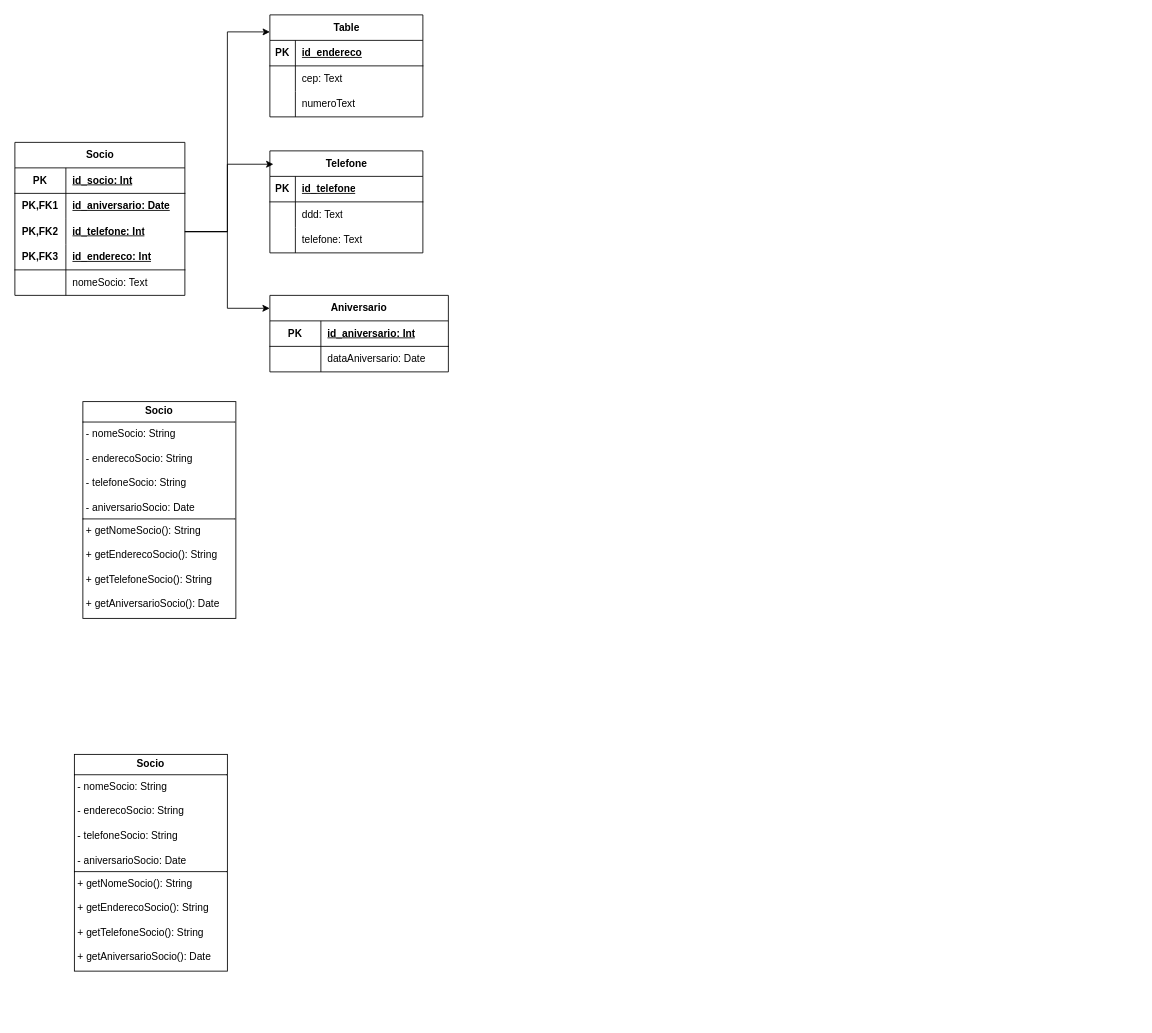
The draw.io diagram mapeamento_OR.drawio in GabrielSilvaRodrigues/Mapeamento_OR, before the edit. Source tidied: cells renumbered, new cells numbered last; positions are measured from the earlier drawing's top-left corner, leaving out a move shared by most shapes. Both pictures are drawn from the tidied source at 85%, with x=0, y=0 at pixel (14, 14).
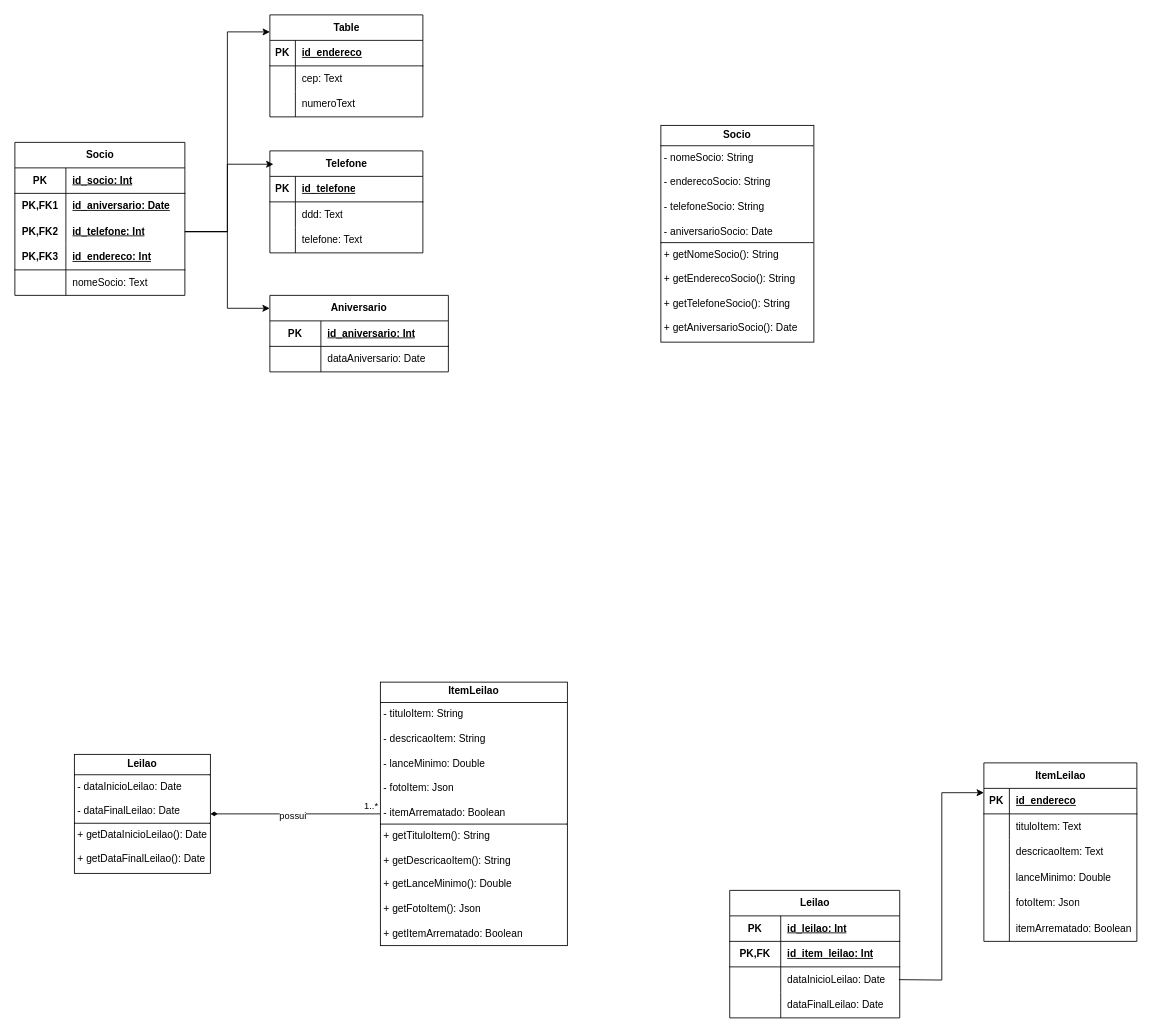
Above is the later version.

What changed in the source:
```diff
@@
     <mxCell id="18" value="&lt;p style=&quot;margin:0px;margin-top:4px;text-align:center;&quot;&gt;&lt;b&gt;Socio&lt;/b&gt;&lt;/p&gt;&lt;hr size=&quot;1&quot; style=&quot;border-style:solid;&quot;&gt;&lt;p style=&quot;margin:0px;margin-left:4px;&quot;&gt;- nomeSocio: String&lt;/p&gt;&lt;p style=&quot;margin:0px;margin-left:4px;&quot;&gt;&lt;br&gt;&lt;/p&gt;&lt;p style=&quot;margin:0px;margin-left:4px;&quot;&gt;- enderecoSocio: String&lt;/p&gt;&lt;p style=&quot;margin:0px;margin-left:4px;&quot;&gt;&lt;br&gt;&lt;/p&gt;&lt;p style=&quot;margin:0px;margin-left:4px;&quot;&gt;- telefoneSocio: String&lt;/p&gt;&lt;p style=&quot;margin:0px;margin-left:4px;&quot;&gt;&lt;br&gt;&lt;/p&gt;&lt;p style=&quot;margin:0px;margin-left:4px;&quot;&gt;- aniversarioSocio: Date&lt;/p&gt;&lt;hr size=&quot;1&quot; style=&quot;border-style:solid;&quot;&gt;&lt;p style=&quot;margin: 0px 0px 0px 4px;&quot;&gt;+ getNomeSocio(): String&lt;/p&gt;&lt;p style=&quot;margin: 0px 0px 0px 4px;&quot;&gt;&lt;br&gt;&lt;/p&gt;&lt;p style=&quot;margin: 0px 0px 0px 4px;&quot;&gt;+ getEnderecoSocio(): String&lt;/p&gt;&lt;p style=&quot;margin: 0px 0px 0px 4px;&quot;&gt;&lt;br&gt;&lt;/p&gt;&lt;p style=&quot;margin: 0px 0px 0px 4px;&quot;&gt;+ getTelefoneSocio(): String&lt;/p&gt;&lt;p style=&quot;margin: 0px 0px 0px 4px;&quot;&gt;&lt;br&gt;&lt;/p&gt;&lt;p style=&quot;margin: 0px 0px 0px 4px;&quot;&gt;+ getAniversarioSocio(): Date&lt;/p&gt;" style="verticalAlign=top;align=left;overflow=fill;html=1;whiteSpace=wrap;" parent="1" vertex="1">
-      <mxGeometry x="80" y="455" width="180" height="255" as="geometry" />
+      <mxGeometry x="760" y="130" width="180" height="255" as="geometry" />
     </mxCell>
@@
-    <mxCell id="49" value="&lt;p style=&quot;margin:0px;margin-top:4px;text-align:center;&quot;&gt;&lt;b&gt;Socio&lt;/b&gt;&lt;/p&gt;&lt;hr size=&quot;1&quot; style=&quot;border-style:solid;&quot;&gt;&lt;p style=&quot;margin:0px;margin-left:4px;&quot;&gt;- nomeSocio: String&lt;/p&gt;&lt;p style=&quot;margin:0px;margin-left:4px;&quot;&gt;&lt;br&gt;&lt;/p&gt;&lt;p style=&quot;margin:0px;margin-left:4px;&quot;&gt;- enderecoSocio: String&lt;/p&gt;&lt;p style=&quot;margin:0px;margin-left:4px;&quot;&gt;&lt;br&gt;&lt;/p&gt;&lt;p style=&quot;margin:0px;margin-left:4px;&quot;&gt;- telefoneSocio: String&lt;/p&gt;&lt;p style=&quot;margin:0px;margin-left:4px;&quot;&gt;&lt;br&gt;&lt;/p&gt;&lt;p style=&quot;margin:0px;margin-left:4px;&quot;&gt;- aniversarioSocio: Date&lt;/p&gt;&lt;hr size=&quot;1&quot; style=&quot;border-style:solid;&quot;&gt;&lt;p style=&quot;margin: 0px 0px 0px 4px;&quot;&gt;+ getNomeSocio(): String&lt;/p&gt;&lt;p style=&quot;margin: 0px 0px 0px 4px;&quot;&gt;&lt;br&gt;&lt;/p&gt;&lt;p style=&quot;margin: 0px 0px 0px 4px;&quot;&gt;+ getEnderecoSocio(): String&lt;/p&gt;&lt;p style=&quot;margin: 0px 0px 0px 4px;&quot;&gt;&lt;br&gt;&lt;/p&gt;&lt;p style=&quot;margin: 0px 0px 0px 4px;&quot;&gt;+ getTelefoneSocio(): String&lt;/p&gt;&lt;p style=&quot;margin: 0px 0px 0px 4px;&quot;&gt;&lt;br&gt;&lt;/p&gt;&lt;p style=&quot;margin: 0px 0px 0px 4px;&quot;&gt;+ getAniversarioSocio(): Date&lt;/p&gt;" style="verticalAlign=top;align=left;overflow=fill;html=1;whiteSpace=wrap;" parent="1" vertex="1">
-      <mxGeometry x="70" y="870" width="180" height="255" as="geometry" />
+    <mxCell id="49" value="&lt;p style=&quot;margin:0px;margin-top:4px;text-align:center;&quot;&gt;&lt;b&gt;Leilao&lt;/b&gt;&lt;/p&gt;&lt;hr size=&quot;1&quot; style=&quot;border-style:solid;&quot;&gt;&lt;p style=&quot;margin:0px;margin-left:4px;&quot;&gt;- dataInicioLeilao: Date&lt;/p&gt;&lt;p style=&quot;margin:0px;margin-left:4px;&quot;&gt;&lt;br&gt;&lt;/p&gt;&lt;p style=&quot;margin:0px;margin-left:4px;&quot;&gt;- dataFinalLeilao: Date&lt;/p&gt;&lt;hr size=&quot;1&quot; style=&quot;border-style:solid;&quot;&gt;&lt;p style=&quot;margin: 0px 0px 0px 4px;&quot;&gt;+ getDataInicioLeilao(): Date&lt;/p&gt;&lt;p style=&quot;margin: 0px 0px 0px 4px;&quot;&gt;&lt;br&gt;&lt;/p&gt;&lt;p style=&quot;margin: 0px 0px 0px 4px;&quot;&gt;+ getDataFinalLeilao(): Date&lt;/p&gt;&lt;div&gt;&lt;br&gt;&lt;/div&gt;" style="verticalAlign=top;align=left;overflow=fill;html=1;whiteSpace=wrap;" parent="1" vertex="1">
+      <mxGeometry x="70" y="870" width="160" height="140" as="geometry" />
     </mxCell>
+    <mxCell id="50" style="edgeStyle=orthogonalEdgeStyle;rounded=0;jettySize=auto;html=1;entryX=1;entryY=0.5;entryDx=0;entryDy=0;endArrow=diamondThin;endFill=1;" parent="1" edge="1" source="53" target="49">
+      <mxGeometry relative="1" as="geometry" />
+    </mxCell>
+    <mxCell id="51" value="possui" style="edgeLabel;html=1;align=center;verticalAlign=middle;" parent="50" vertex="1">
+      <mxGeometry x="0.04" y="1" relative="1" as="geometry" />
+    </mxCell>
+    <mxCell id="52" value="1..*" style="edgeLabel;html=1;align=center;verticalAlign=middle;" parent="50" vertex="1">
+      <mxGeometry x="-0.91" relative="1" as="geometry">
+        <mxPoint x="-3" y="-10" as="offset" />
+      </mxGeometry>
+    </mxCell>
+    <mxCell id="53" value="&lt;p style=&quot;margin:0px;margin-top:4px;text-align:center;&quot;&gt;&lt;b&gt;ItemLeilao&lt;/b&gt;&lt;/p&gt;&lt;hr size=&quot;1&quot; style=&quot;border-style:solid;&quot;&gt;&lt;p style=&quot;margin:0px;margin-left:4px;&quot;&gt;- tituloItem: String&lt;/p&gt;&lt;p style=&quot;margin:0px;margin-left:4px;&quot;&gt;&lt;br&gt;&lt;/p&gt;&lt;p style=&quot;margin:0px;margin-left:4px;&quot;&gt;- descricaoItem: String&lt;/p&gt;&lt;p style=&quot;margin:0px;margin-left:4px;&quot;&gt;&lt;br&gt;&lt;/p&gt;&lt;p style=&quot;margin:0px;margin-left:4px;&quot;&gt;- lanceMinimo: Double&lt;/p&gt;&lt;p style=&quot;margin:0px;margin-left:4px;&quot;&gt;&lt;br&gt;&lt;/p&gt;&lt;p style=&quot;margin:0px;margin-left:4px;&quot;&gt;- fotoItem: Json&lt;/p&gt;&lt;p style=&quot;margin:0px;margin-left:4px;&quot;&gt;&lt;br&gt;&lt;/p&gt;&lt;p style=&quot;margin:0px;margin-left:4px;&quot;&gt;- itemArrematado: Boolean&lt;/p&gt;&lt;hr size=&quot;1&quot; style=&quot;border-style:solid;&quot;&gt;&lt;p style=&quot;margin: 0px 0px 0px 4px;&quot;&gt;+ getTituloItem(): String&lt;/p&gt;&lt;p style=&quot;margin: 0px 0px 0px 4px;&quot;&gt;&lt;br&gt;&lt;/p&gt;&lt;p style=&quot;margin: 0px 0px 0px 4px;&quot;&gt;+ getDescricaoItem(): String&lt;/p&gt;&lt;p style=&quot;margin: 0px 0px 0px 4px;&quot;&gt;&lt;br&gt;&lt;/p&gt;&lt;p style=&quot;margin: 0px 0px 0px 4px;&quot;&gt;+ getLanceMinimo(): Double&lt;/p&gt;&lt;p style=&quot;margin: 0px 0px 0px 4px;&quot;&gt;&lt;br&gt;&lt;/p&gt;&lt;p style=&quot;margin: 0px 0px 0px 4px;&quot;&gt;+ getFotoItem(): Json&lt;/p&gt;&lt;p style=&quot;margin: 0px 0px 0px 4px;&quot;&gt;&lt;br&gt;&lt;/p&gt;&lt;p style=&quot;margin: 0px 0px 0px 4px;&quot;&gt;+ getItemArrematado: Boolean&lt;/p&gt;" style="verticalAlign=top;align=left;overflow=fill;html=1;whiteSpace=wrap;" parent="1" vertex="1">
+      <mxGeometry x="430" y="785" width="220" height="310" as="geometry" />
+    </mxCell>
+    <mxCell id="54" value="Leilao" style="shape=table;startSize=30;childLayout=tableLayout;rowLines=0;fontStyle=1;align=center;html=1;" parent="1" vertex="1">
+      <mxGeometry x="841" y="1030" width="200" height="150" as="geometry" />
+    </mxCell>
+    <mxCell id="55" style="shape=tableRow;horizontal=0;startSize=0;swimlaneHead=0;swimlaneBody=0;fillColor=none;top=0;left=0;right=0;bottom=1;" parent="54" vertex="1">
+      <mxGeometry y="30" width="200" height="30" as="geometry" />
+    </mxCell>
+    <mxCell id="56" value="PK" style="shape=partialRectangle;fillColor=none;top=0;left=0;bottom=0;right=0;fontStyle=1;overflow=hidden;whiteSpace=wrap;html=1;" parent="55" vertex="1">
+      <mxGeometry width="60" height="30" as="geometry" />
+    </mxCell>
+    <mxCell id="57" value="id_leilao: Int" style="shape=partialRectangle;fillColor=none;top=0;left=0;bottom=0;right=0;align=left;spacingLeft=6;fontStyle=5;overflow=hidden;whiteSpace=wrap;html=1;" parent="55" vertex="1">
+      <mxGeometry x="60" width="140" height="30" as="geometry" />
+    </mxCell>
+    <mxCell id="58" style="shape=tableRow;horizontal=0;startSize=0;swimlaneHead=0;swimlaneBody=0;fillColor=none;top=0;left=0;right=0;bottom=1;html=1;" parent="54" vertex="1">
+      <mxGeometry y="60" width="200" height="30" as="geometry" />
+    </mxCell>
+    <mxCell id="59" value="PK,FK" style="shape=partialRectangle;fillColor=none;top=0;left=0;bottom=0;right=0;fontStyle=1;overflow=hidden;html=1;whiteSpace=wrap;" parent="58" vertex="1">
+      <mxGeometry width="60" height="30" as="geometry" />
+    </mxCell>
+    <mxCell id="60" value="id_item_leilao&lt;span style=&quot;background-color: transparent; color: light-dark(rgb(0, 0, 0), rgb(255, 255, 255));&quot;&gt;: Int&lt;/span&gt;" style="shape=partialRectangle;fillColor=none;top=0;left=0;bottom=0;right=0;align=left;spacingLeft=6;fontStyle=5;overflow=hidden;html=1;whiteSpace=wrap;" parent="58" vertex="1">
+      <mxGeometry x="60" width="140" height="30" as="geometry" />
+    </mxCell>
+    <mxCell id="61" style="shape=tableRow;horizontal=0;startSize=0;swimlaneHead=0;swimlaneBody=0;fillColor=none;top=0;left=0;right=0;bottom=0;" parent="54" vertex="1">
+      <mxGeometry y="90" width="200" height="30" as="geometry" />
+    </mxCell>
+    <mxCell id="62" style="shape=partialRectangle;fillColor=none;top=0;left=0;bottom=0;right=0;overflow=hidden;whiteSpace=wrap;html=1;" parent="61" vertex="1">
+      <mxGeometry width="60" height="30" as="geometry" />
+    </mxCell>
+    <mxCell id="63" value="dataInicioLeilao: Date" style="shape=partialRectangle;fillColor=none;top=0;left=0;bottom=0;right=0;align=left;spacingLeft=6;overflow=hidden;whiteSpace=wrap;html=1;" parent="61" vertex="1">
+      <mxGeometry x="60" width="140" height="30" as="geometry" />
+    </mxCell>
+    <mxCell id="64" style="shape=tableRow;horizontal=0;startSize=0;swimlaneHead=0;swimlaneBody=0;fillColor=none;top=0;left=0;right=0;bottom=0;" parent="54" vertex="1">
+      <mxGeometry y="120" width="200" height="30" as="geometry" />
+    </mxCell>
+    <mxCell id="65" style="shape=partialRectangle;fillColor=none;top=0;left=0;bottom=0;right=0;overflow=hidden;whiteSpace=wrap;html=1;" parent="64" vertex="1">
+      <mxGeometry width="60" height="30" as="geometry" />
+    </mxCell>
+    <mxCell id="66" value="dataFinalLeilao: Date" style="shape=partialRectangle;fillColor=none;top=0;left=0;bottom=0;right=0;align=left;spacingLeft=6;overflow=hidden;whiteSpace=wrap;html=1;" parent="64" vertex="1">
+      <mxGeometry x="60" width="140" height="30" as="geometry" />
+    </mxCell>
+    <mxCell id="67" value="ItemLeilao" style="shape=table;startSize=30;childLayout=tableLayout;rowLines=0;fontStyle=1;align=center;html=1;" parent="1" vertex="1">
+      <mxGeometry x="1140" y="880" width="180" height="210" as="geometry" />
+    </mxCell>
+    <mxCell id="68" style="shape=tableRow;horizontal=0;startSize=0;swimlaneHead=0;swimlaneBody=0;fillColor=none;top=0;left=0;right=0;bottom=1;" parent="67" vertex="1">
+      <mxGeometry y="30" width="180" height="30" as="geometry" />
+    </mxCell>
+    <mxCell id="69" value="PK" style="shape=partialRectangle;fillColor=none;top=0;left=0;bottom=0;right=0;fontStyle=1;overflow=hidden;whiteSpace=wrap;html=1;" parent="68" vertex="1">
+      <mxGeometry width="30" height="30" as="geometry" />
+    </mxCell>
+    <mxCell id="70" value="id_endereco" style="shape=partialRectangle;fillColor=none;top=0;left=0;bottom=0;right=0;align=left;spacingLeft=6;fontStyle=5;overflow=hidden;whiteSpace=wrap;html=1;" parent="68" vertex="1">
+      <mxGeometry x="30" width="150" height="30" as="geometry" />
+    </mxCell>
+    <mxCell id="71" style="shape=tableRow;horizontal=0;startSize=0;swimlaneHead=0;swimlaneBody=0;fillColor=none;top=0;left=0;right=0;bottom=0;" parent="67" vertex="1">
+      <mxGeometry y="60" width="180" height="30" as="geometry" />
+    </mxCell>
+    <mxCell id="72" style="shape=partialRectangle;fillColor=none;top=0;left=0;bottom=0;right=0;overflow=hidden;whiteSpace=wrap;html=1;" parent="71" vertex="1">
+      <mxGeometry width="30" height="30" as="geometry" />
+    </mxCell>
+    <mxCell id="73" value="tituloItem: Text" style="shape=partialRectangle;fillColor=none;top=0;left=0;bottom=0;right=0;align=left;spacingLeft=6;overflow=hidden;whiteSpace=wrap;html=1;" parent="71" vertex="1">
+      <mxGeometry x="30" width="150" height="30" as="geometry" />
+    </mxCell>
+    <mxCell id="74" style="shape=tableRow;horizontal=0;startSize=0;swimlaneHead=0;swimlaneBody=0;fillColor=none;top=0;left=0;right=0;bottom=0;" parent="67" vertex="1">
+      <mxGeometry y="90" width="180" height="30" as="geometry" />
+    </mxCell>
+    <mxCell id="75" style="shape=partialRectangle;fillColor=none;top=0;left=0;bottom=0;right=0;overflow=hidden;whiteSpace=wrap;html=1;" parent="74" vertex="1">
+      <mxGeometry width="30" height="30" as="geometry" />
+    </mxCell>
+    <mxCell id="76" value="descricaoItem: Text" style="shape=partialRectangle;fillColor=none;top=0;left=0;bottom=0;right=0;align=left;spacingLeft=6;overflow=hidden;whiteSpace=wrap;html=1;" parent="74" vertex="1">
+      <mxGeometry x="30" width="150" height="30" as="geometry" />
+    </mxCell>
+    <mxCell id="77" style="shape=tableRow;horizontal=0;startSize=0;swimlaneHead=0;swimlaneBody=0;fillColor=none;top=0;left=0;right=0;bottom=0;" parent="67" vertex="1">
+      <mxGeometry y="120" width="180" height="30" as="geometry" />
+    </mxCell>
+    <mxCell id="78" style="shape=partialRectangle;fillColor=none;top=0;left=0;bottom=0;right=0;overflow=hidden;whiteSpace=wrap;html=1;" parent="77" vertex="1">
+      <mxGeometry width="30" height="30" as="geometry" />
+    </mxCell>
+    <mxCell id="79" value="lanceMinimo: Double" style="shape=partialRectangle;fillColor=none;top=0;left=0;bottom=0;right=0;align=left;spacingLeft=6;overflow=hidden;whiteSpace=wrap;html=1;" parent="77" vertex="1">
+      <mxGeometry x="30" width="150" height="30" as="geometry" />
+    </mxCell>
+    <mxCell id="80" style="shape=tableRow;horizontal=0;startSize=0;swimlaneHead=0;swimlaneBody=0;fillColor=none;top=0;left=0;right=0;bottom=0;" parent="67" vertex="1">
+      <mxGeometry y="150" width="180" height="30" as="geometry" />
+    </mxCell>
+    <mxCell id="81" style="shape=partialRectangle;fillColor=none;top=0;left=0;bottom=0;right=0;overflow=hidden;whiteSpace=wrap;html=1;" parent="80" vertex="1">
+      <mxGeometry width="30" height="30" as="geometry" />
+    </mxCell>
+    <mxCell id="82" value="fotoItem: Json" style="shape=partialRectangle;fillColor=none;top=0;left=0;bottom=0;right=0;align=left;spacingLeft=6;overflow=hidden;whiteSpace=wrap;html=1;" parent="80" vertex="1">
+      <mxGeometry x="30" width="150" height="30" as="geometry" />
+    </mxCell>
+    <mxCell id="83" style="shape=tableRow;horizontal=0;startSize=0;swimlaneHead=0;swimlaneBody=0;fillColor=none;top=0;left=0;right=0;bottom=0;" parent="67" vertex="1">
+      <mxGeometry y="180" width="180" height="30" as="geometry" />
+    </mxCell>
+    <mxCell id="84" style="shape=partialRectangle;fillColor=none;top=0;left=0;bottom=0;right=0;overflow=hidden;whiteSpace=wrap;html=1;" parent="83" vertex="1">
+      <mxGeometry width="30" height="30" as="geometry" />
+    </mxCell>
+    <mxCell id="85" value="itemArrematado: Boolean" style="shape=partialRectangle;fillColor=none;top=0;left=0;bottom=0;right=0;align=left;spacingLeft=6;overflow=hidden;whiteSpace=wrap;html=1;" parent="83" vertex="1">
+      <mxGeometry x="30" width="150" height="30" as="geometry" />
+    </mxCell>
+    <mxCell id="86" style="edgeStyle=orthogonalEdgeStyle;rounded=0;jettySize=auto;html=1;entryX=0;entryY=0.167;entryDx=0;entryDy=0;entryPerimeter=0;" parent="1" edge="1" target="67">
+      <mxGeometry relative="1" as="geometry">
+        <mxPoint x="1040" y="1135" as="sourcePoint" />
+      </mxGeometry>
+    </mxCell>
```
